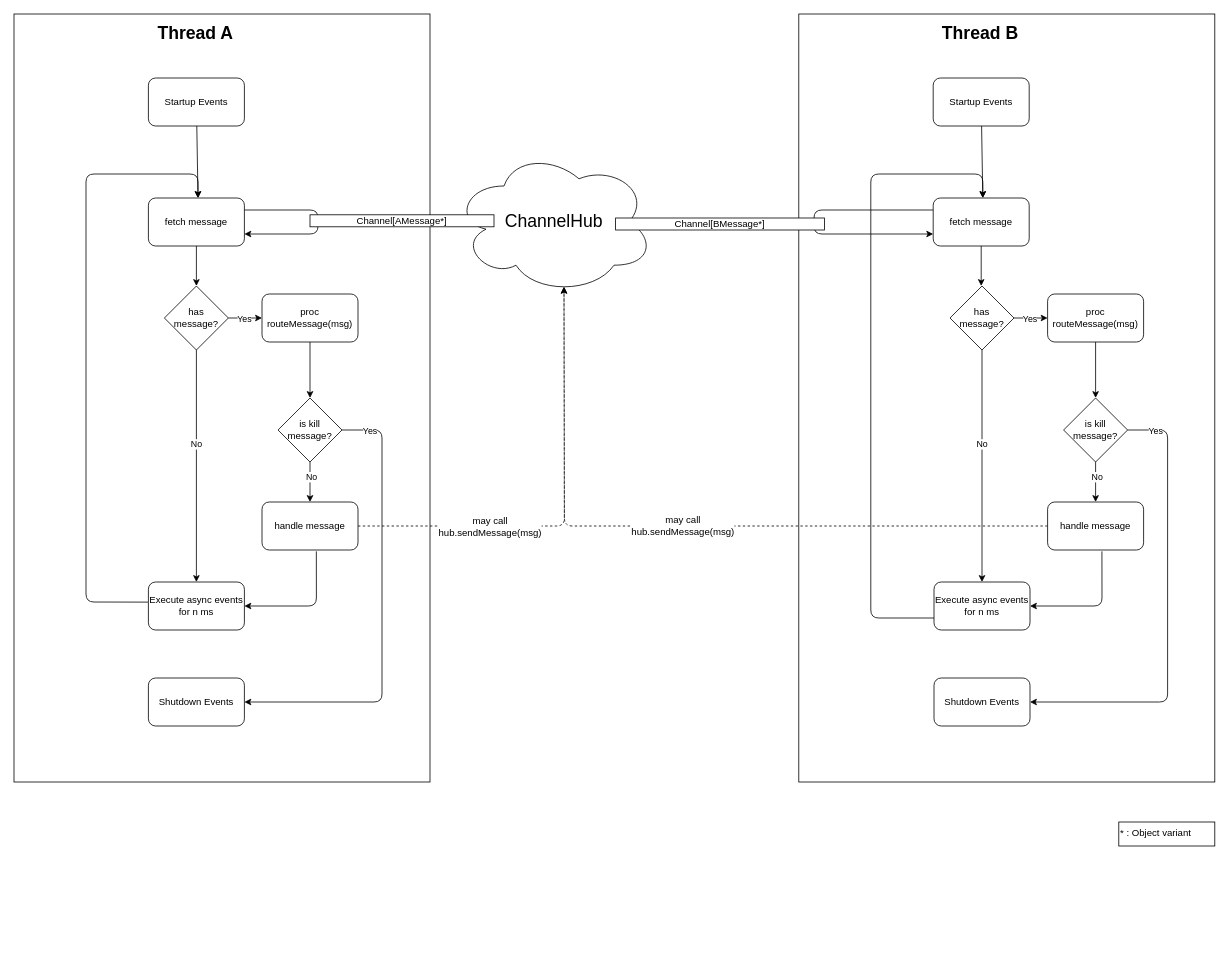
Before: assets/app_architecture.drawio in PhilippMDoerner/ThreadButler, a draw.io diagram. Source tidied: cells renumbered, new cells numbered last; positions are measured from the earlier drawing's top-left corner, leaving out a move shared by most shapes. Both pictures are drawn from the tidied source at 80%, with x=0, y=0 at pixel (14, 14).
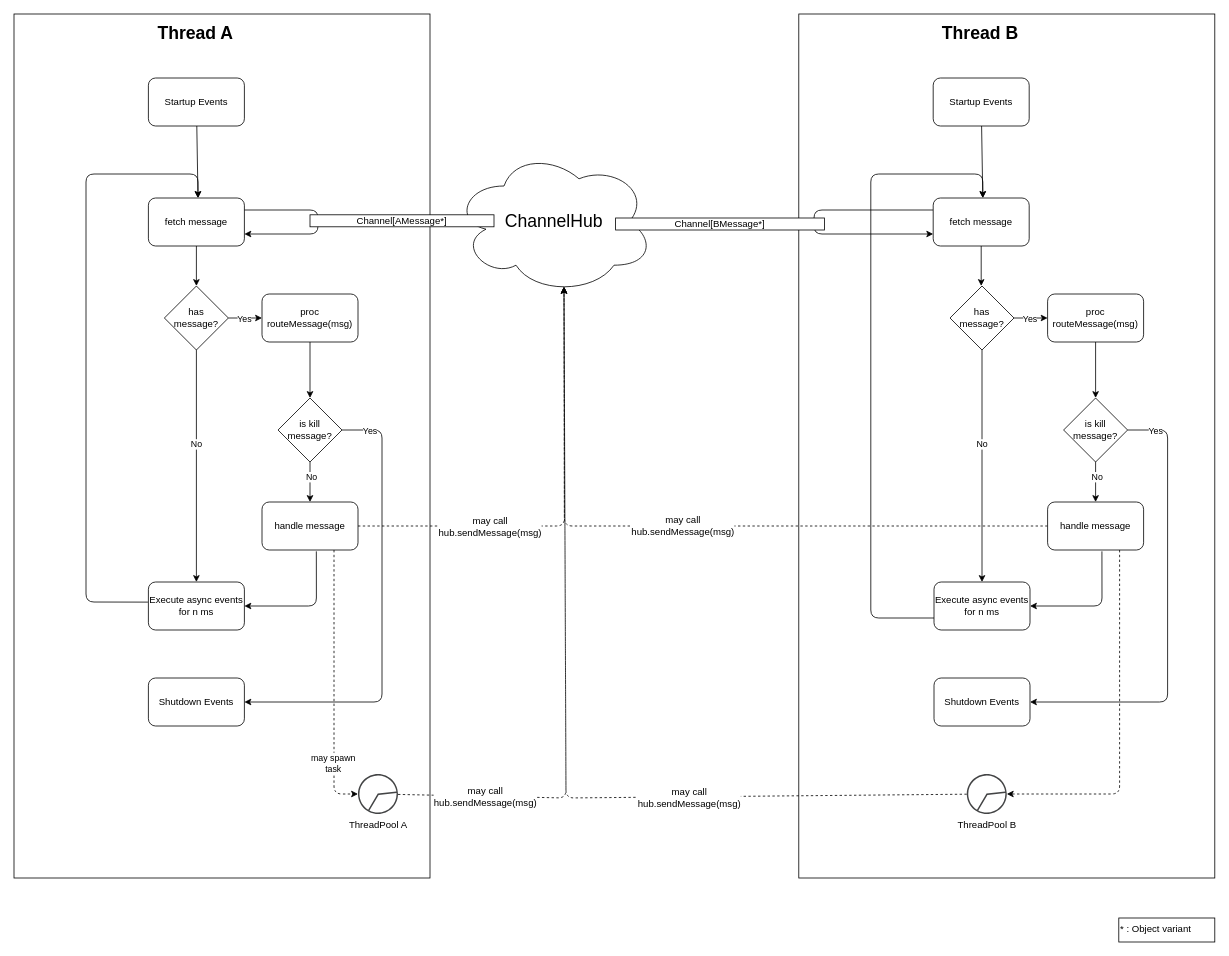
The same diagram, later.

Unchanged cells that the change refers to:
```xml
<mxCell id="8" value="handle message" style="rounded=1;whiteSpace=wrap;html=1;" parent="1" vertex="1">
  <mxGeometry x="310" y="610" width="120" height="60" as="geometry" />
</mxCell>
<mxCell id="25" value="ChannelHub" style="ellipse;shape=cloud;whiteSpace=wrap;html=1;fontSize=22;" parent="1" vertex="1">
  <mxGeometry x="550" y="170" width="250" height="180" as="geometry" />
</mxCell>
<mxCell id="42" value="handle message" style="rounded=1;whiteSpace=wrap;html=1;" parent="1" vertex="1">
  <mxGeometry x="1292" y="610" width="120" height="60" as="geometry" />
</mxCell>
```

What changed in the source:
```diff
@@
-<mxGraphModel background="#ffffff">
+<mxGraphModel>
@@
     <mxCell id="2" style="rounded=0;whiteSpace=wrap;html=1;" parent="1" vertex="1">
-      <mxGeometry width="520" height="960" as="geometry" />
+      <mxGeometry width="520" height="1080" as="geometry" />
     </mxCell>
@@
+    <mxCell id="58" style="edgeStyle=none;html=1;exitX=0.75;exitY=1;exitDx=0;exitDy=0;dashed=1;" parent="1" edge="1" source="8" target="64">
+      <mxGeometry relative="1" as="geometry">
+        <Array as="points">
+          <mxPoint x="400" y="975" />
+        </Array>
+      </mxGeometry>
+    </mxCell>
+    <mxCell id="59" value="may spawn&lt;br&gt;task" style="edgeLabel;html=1;align=center;verticalAlign=middle;" parent="58" vertex="1">
+      <mxGeometry x="0.59" y="-2" relative="1" as="geometry" />
+    </mxCell>
@@
     <mxCell id="28" style="rounded=0;whiteSpace=wrap;html=1;" parent="1" vertex="1">
-      <mxGeometry x="981" width="520" height="960" as="geometry" />
+      <mxGeometry x="981" width="520" height="1080" as="geometry" />
     </mxCell>
@@
+    <mxCell id="60" style="edgeStyle=none;html=1;exitX=0.75;exitY=1;exitDx=0;exitDy=0;dashed=1;" parent="1" edge="1" source="42" target="67">
+      <mxGeometry relative="1" as="geometry">
+        <Array as="points">
+          <mxPoint x="1382" y="975" />
+        </Array>
+      </mxGeometry>
+    </mxCell>
@@
     <mxCell id="57" value="* : Object variant" style="rounded=0;whiteSpace=wrap;html=1;align=left;verticalAlign=top;" parent="1" vertex="1">
-      <mxGeometry x="1381" y="1010" width="120" height="30" as="geometry" />
+      <mxGeometry x="1381" y="1130" width="120" height="30" as="geometry" />
     </mxCell>
+    <mxCell id="61" style="edgeStyle=none;html=1;fontStyle=0;entryX=0.55;entryY=0.95;entryDx=0;entryDy=0;entryPerimeter=0;dashed=1;" parent="1" edge="1" source="64" target="25">
+      <mxGeometry relative="1" as="geometry">
+        <Array as="points">
+          <mxPoint x="690" y="980" />
+        </Array>
+      </mxGeometry>
+    </mxCell>
+    <mxCell id="62" style="edgeLabel;html=1;align=center;verticalAlign=middle;" parent="61" vertex="1">
+      <mxGeometry x="-0.79" y="-1" relative="1" as="geometry" />
+    </mxCell>
+    <mxCell id="63" value="&lt;span style=&quot;font-size: 12px;&quot;&gt;may call&lt;/span&gt;&lt;br style=&quot;font-size: 12px;&quot;&gt;&lt;span style=&quot;font-size: 12px;&quot;&gt;hub.sendMessage(msg)&lt;/span&gt;" style="edgeLabel;html=1;align=center;verticalAlign=middle;" parent="61" vertex="1">
+      <mxGeometry x="-0.77" y="-1" relative="1" as="geometry">
+        <mxPoint x="11" as="offset" />
+      </mxGeometry>
+    </mxCell>
+    <mxCell id="64" value="ThreadPool A" style="sketch=0;shadow=0;dashed=0;html=1;strokeColor=none;fillColor=#434445;labelPosition=center;verticalLabelPosition=bottom;verticalAlign=top;align=center;outlineConnect=0;shape=mxgraph.vvd.resource_pool;" parent="1" vertex="1">
+      <mxGeometry x="430" y="950" width="50" height="50" as="geometry" />
+    </mxCell>
+    <mxCell id="65" style="edgeStyle=none;html=1;entryX=0.55;entryY=0.95;entryDx=0;entryDy=0;entryPerimeter=0;dashed=1;" parent="1" edge="1" source="67" target="25">
+      <mxGeometry relative="1" as="geometry">
+        <Array as="points">
+          <mxPoint x="690" y="980" />
+        </Array>
+      </mxGeometry>
+    </mxCell>
+    <mxCell id="66" value="&lt;span style=&quot;font-size: 12px;&quot;&gt;may call&lt;/span&gt;&lt;br style=&quot;font-size: 12px;&quot;&gt;&lt;span style=&quot;font-size: 12px;&quot;&gt;hub.sendMessage(msg)&lt;/span&gt;" style="edgeLabel;html=1;align=center;verticalAlign=middle;" parent="65" vertex="1">
+      <mxGeometry x="-0.39" y="1" relative="1" as="geometry" />
+    </mxCell>
+    <mxCell id="67" value="ThreadPool B" style="sketch=0;shadow=0;dashed=0;html=1;strokeColor=none;fillColor=#434445;labelPosition=center;verticalLabelPosition=bottom;verticalAlign=top;align=center;outlineConnect=0;shape=mxgraph.vvd.resource_pool;" parent="1" vertex="1">
+      <mxGeometry x="1191" y="950" width="50" height="50" as="geometry" />
+    </mxCell>
```
